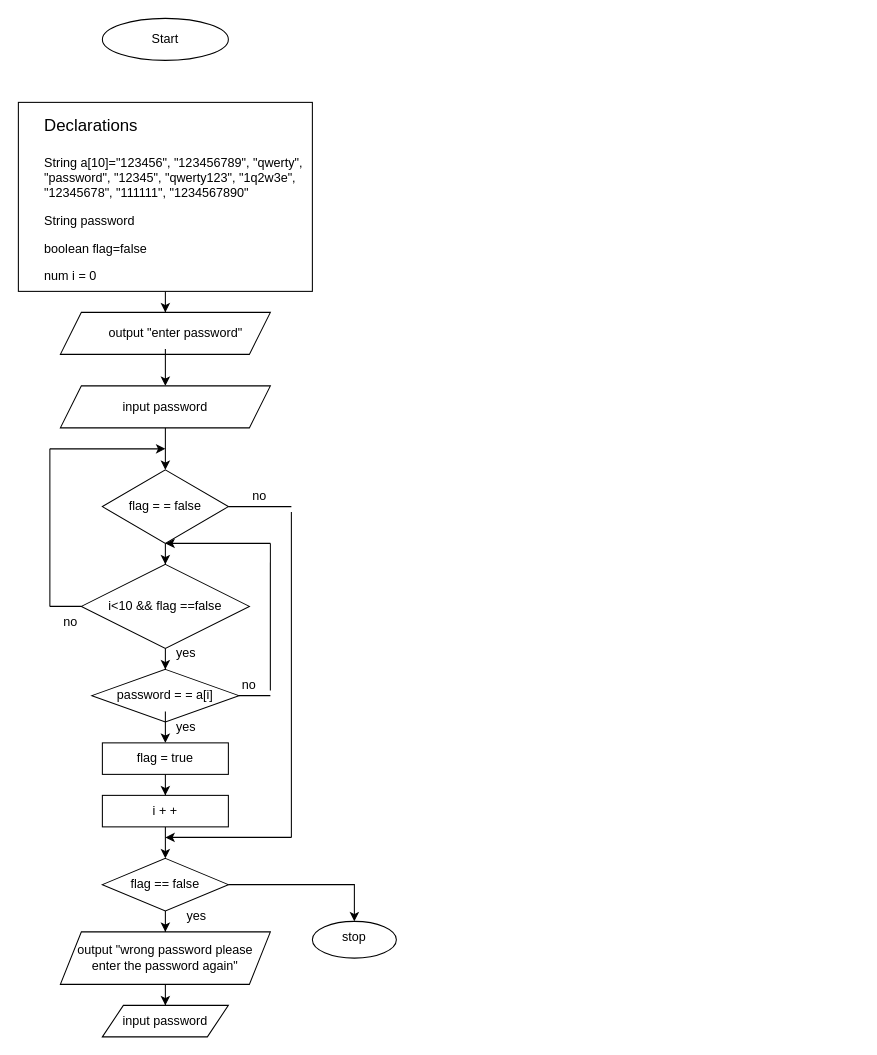
This is Untitled Diagram.drawio from n-fry/Turtle, a draw.io file, before an edit. Source tidied: cells renumbered, new cells numbered last; positions are measured from the earlier drawing's top-left corner, leaving out a move shared by most shapes. Both pictures are drawn from the tidied source at 105%, with x=0, y=0 at pixel (18, 18).
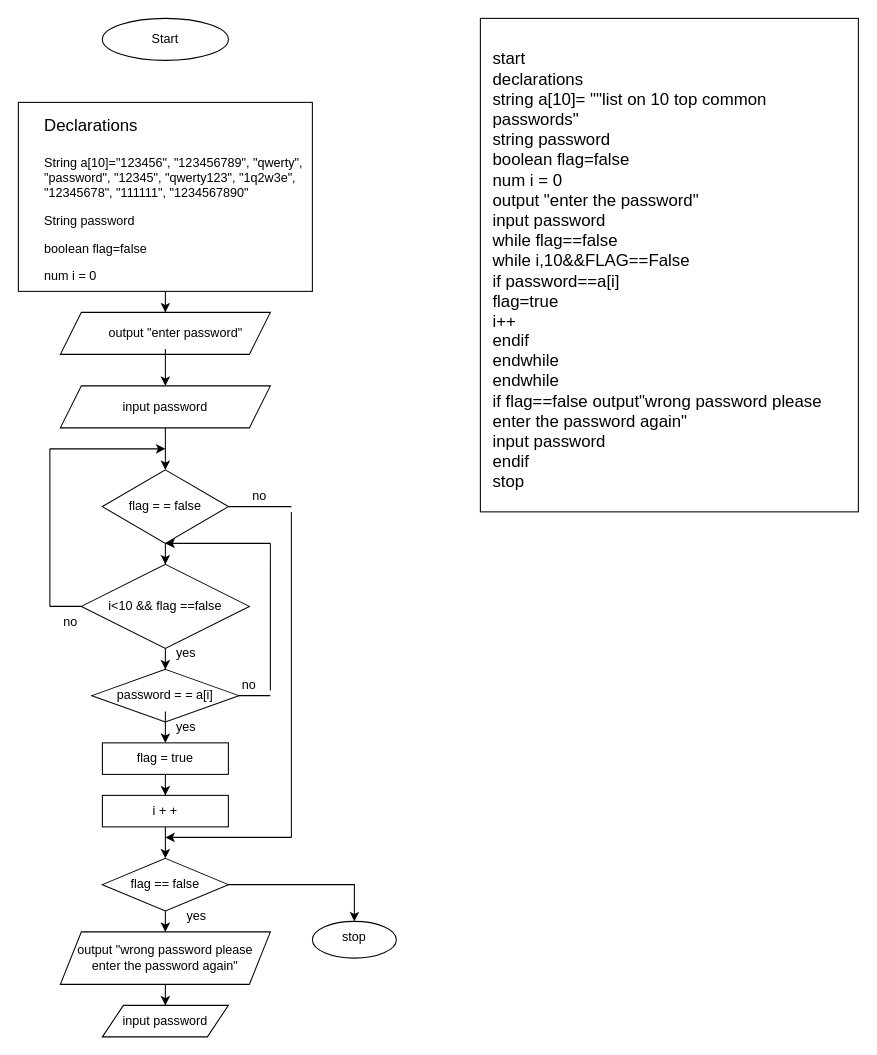
After the change.

Change to the diagram source:
```diff
@@
+    <mxCell id="55" style="rounded=0;whiteSpace=wrap;html=1;" parent="1" vertex="1">
+      <mxGeometry x="440" width="360" height="470" as="geometry" />
+    </mxCell>
+    <mxCell id="56" value="&lt;font style=&quot;font-size: 16px;&quot;&gt;start&lt;br&gt;declarations&lt;br&gt;string a[10]= &quot;&quot;list on 10 top common passwords&quot;&lt;br&gt;string password&lt;br&gt;boolean flag=false&lt;br&gt;num i = 0&lt;br&gt;output &quot;enter the password&quot;&lt;br&gt;input password&lt;br&gt;while flag==false&lt;br&gt;while i,10&amp;amp;&amp;amp;FLAG==False&lt;br&gt;if password==a[i]&lt;br&gt;flag=true&lt;br&gt;i++&lt;br&gt;endif&lt;br&gt;endwhile&lt;br&gt;endwhile&lt;br&gt;if flag==false output&quot;wrong password please enter the password again&quot;&lt;br&gt;input password&lt;br&gt;endif&lt;br&gt;stop&lt;/font&gt;" style="text;html=1;strokeColor=none;fillColor=none;align=left;verticalAlign=middle;whiteSpace=wrap;rounded=0;" parent="1" vertex="1">
+      <mxGeometry x="450" y="10" width="340" height="460" as="geometry" />
+    </mxCell>
```
